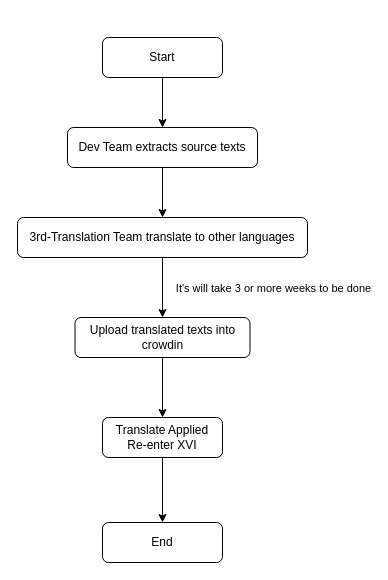
The draw.io diagram Translation-Team-Flow.drawio in SmileSB1O1/draw-active, before the edit. Source tidied: cells renumbered, new cells numbered last; positions are measured from the earlier drawing's top-left corner, leaving out a move shared by most shapes. Both pictures are drawn from the tidied source at 100%, with x=0, y=0 at pixel (17, 37).
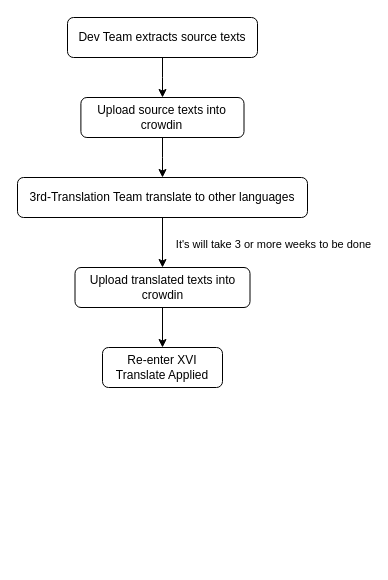
The same diagram, later.

Diff of the diagram source:
```diff
@@
 <mxGraphModel>
   <root>
     <mxCell id="0" />
     <mxCell id="1" parent="0" />
-    <mxCell id="2" style="edgeStyle=orthogonalEdgeStyle;rounded=0;jettySize=auto;html=1;" parent="1" edge="1" source="3" target="6">
-      <mxGeometry relative="1" as="geometry" />
-    </mxCell>
-    <mxCell id="3" value="Start" style="rounded=1;whiteSpace=wrap;html=1;fontSize=12;glass=0;strokeWidth=1;shadow=0;" parent="1" vertex="1">
-      <mxGeometry x="85" width="120" height="40" as="geometry" />
-    </mxCell>
-    <mxCell id="4" value="End" style="rounded=1;whiteSpace=wrap;html=1;fontSize=12;glass=0;strokeWidth=1;shadow=0;" parent="1" vertex="1">
-      <mxGeometry x="85" y="485" width="120" height="40" as="geometry" />
-    </mxCell>
-    <mxCell id="5" style="edgeStyle=orthogonalEdgeStyle;rounded=0;jettySize=auto;html=1;" parent="1" edge="1" source="6" target="9">
-      <mxGeometry relative="1" as="geometry" />
-    </mxCell>
+    <mxCell id="14" style="edgeStyle=orthogonalEdgeStyle;rounded=0;jettySize=auto;html=1;" parent="1" edge="1" source="6" target="16">
+      <mxGeometry relative="1" as="geometry" />
+    </mxCell>
     <mxCell id="6" value="Dev Team extracts source texts" style="rounded=1;whiteSpace=wrap;html=1;fontSize=12;glass=0;strokeWidth=1;shadow=0;" parent="1" vertex="1">
-      <mxGeometry x="50" y="90" width="190" height="40" as="geometry" />
+      <mxGeometry x="50" y="-20" width="190" height="40" as="geometry" />
     </mxCell>
     <mxCell id="7" style="edgeStyle=orthogonalEdgeStyle;rounded=0;jettySize=auto;html=1;" parent="1" edge="1" source="9" target="11">
       <mxGeometry relative="1" as="geometry" />
     </mxCell>
     <mxCell id="8" value="It's will take 3 or more&amp;nbsp;weeks to be done" style="edgeLabel;html=1;align=center;verticalAlign=middle;" parent="7" vertex="1">
       <mxGeometry x="-0.28" y="-1" relative="1" as="geometry">
         <mxPoint x="111" y="8" as="offset" />
       </mxGeometry>
     </mxCell>
     <mxCell id="9" value="3rd-Translation Team translate to other languages" style="rounded=1;whiteSpace=wrap;html=1;fontSize=12;glass=0;strokeWidth=1;shadow=0;" parent="1" vertex="1">
-      <mxGeometry y="180" width="290" height="40" as="geometry" />
+      <mxGeometry y="140" width="290" height="40" as="geometry" />
     </mxCell>
     <mxCell id="10" style="edgeStyle=orthogonalEdgeStyle;rounded=0;jettySize=auto;html=1;" parent="1" edge="1" source="11" target="13">
       <mxGeometry relative="1" as="geometry" />
     </mxCell>
     <mxCell id="11" value="Upload translated texts into crowdin" style="rounded=1;whiteSpace=wrap;html=1;fontSize=12;glass=0;strokeWidth=1;shadow=0;" parent="1" vertex="1">
-      <mxGeometry x="57.5" y="280" width="175" height="40" as="geometry" />
+      <mxGeometry x="57.5" y="230" width="175" height="40" as="geometry" />
     </mxCell>
-    <mxCell id="12" style="edgeStyle=orthogonalEdgeStyle;rounded=0;jettySize=auto;html=1;" parent="1" edge="1" source="13" target="4">
-      <mxGeometry relative="1" as="geometry" />
-    </mxCell>
-    <mxCell id="13" value="Translate Applied&lt;br&gt;Re-enter XVI" style="rounded=1;whiteSpace=wrap;html=1;fontSize=12;glass=0;strokeWidth=1;shadow=0;" parent="1" vertex="1">
-      <mxGeometry x="85" y="380" width="120" height="40" as="geometry" />
+    <mxCell id="13" value="Re-enter XVI&lt;br&gt;Translate Applied" style="rounded=1;whiteSpace=wrap;html=1;fontSize=12;glass=0;strokeWidth=1;shadow=0;" parent="1" vertex="1">
+      <mxGeometry x="85" y="310" width="120" height="40" as="geometry" />
     </mxCell>
+    <mxCell id="15" style="edgeStyle=orthogonalEdgeStyle;rounded=0;jettySize=auto;html=1;" parent="1" edge="1" source="16" target="9">
+      <mxGeometry relative="1" as="geometry" />
+    </mxCell>
+    <mxCell id="16" value="Upload source texts into crowdin" style="rounded=1;whiteSpace=wrap;html=1;fontSize=12;glass=0;strokeWidth=1;shadow=0;" parent="1" vertex="1">
+      <mxGeometry x="63.4" y="60" width="163.1" height="40" as="geometry" />
+    </mxCell>
   </root>
 </mxGraphModel>
```
